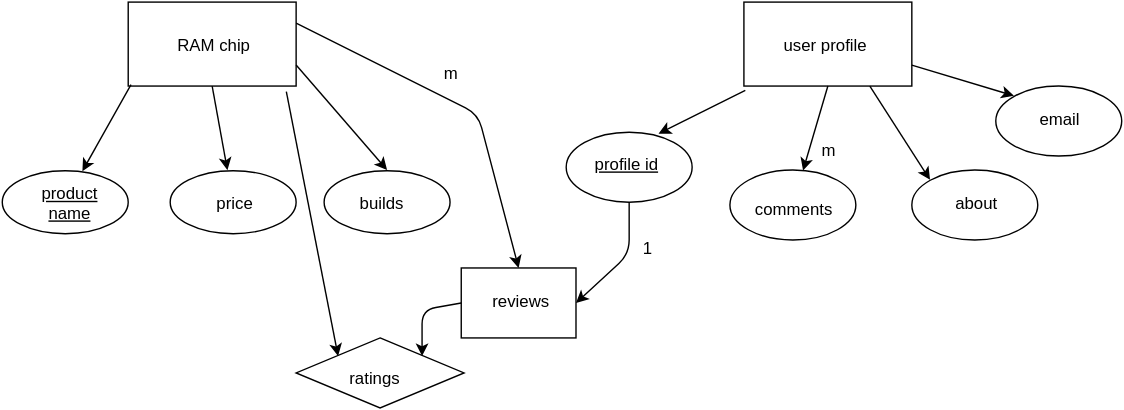
elainethomas/pcpartpickerdotcom keeps this draw.io diagram as pcpartpickerdotcom.svg. Above is the earlier version. Source tidied: cells renumbered, new cells last; positions are measured from the earlier drawing's top-left corner, leaving out a move shared by most shapes.
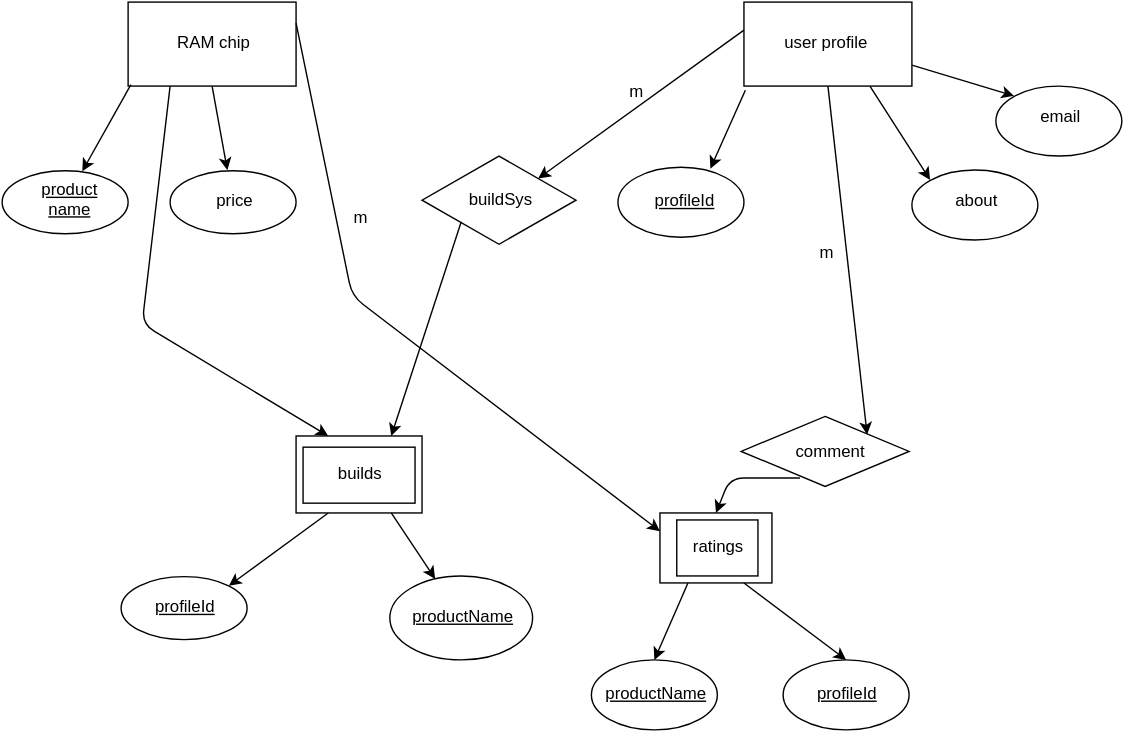
The same file after the commit.

Commit message:
update wording, added back photo, changed bg

Change to the diagram source:
```diff
@@ -14,11 +14,11 @@
     <mxCell id="5" style="ellipse;whiteSpace=wrap;html=1;" parent="1" vertex="1">
       <mxGeometry x="120" y="120" width="90" height="45" as="geometry" />
     </mxCell>
-    <mxCell id="6" style="ellipse;whiteSpace=wrap;html=1;" parent="1" vertex="1">
-      <mxGeometry x="230" y="120" width="90" height="45" as="geometry" />
+    <mxCell id="6" value="&lt;u&gt;profileId&lt;/u&gt;" style="ellipse;whiteSpace=wrap;html=1;" parent="1" vertex="1">
+      <mxGeometry x="85" y="410" width="90" height="45" as="geometry" />
     </mxCell>
     <mxCell id="7" style="ellipse;whiteSpace=wrap;html=1;" parent="1" vertex="1">
-      <mxGeometry x="403" y="93" width="90" height="50" as="geometry" />
+      <mxGeometry x="440" y="118" width="90" height="50" as="geometry" />
     </mxCell>
     <mxCell id="8" style="ellipse;whiteSpace=wrap;html=1;" parent="1" vertex="1">
       <mxGeometry x="650" y="120" width="90" height="50" as="geometry" />
@@ -26,11 +26,11 @@
     <mxCell id="9" style="ellipse;whiteSpace=wrap;html=1;" parent="1" vertex="1">
       <mxGeometry x="710" y="60" width="90" height="50" as="geometry" />
     </mxCell>
-    <mxCell id="10" style="ellipse;whiteSpace=wrap;html=1;" parent="1" vertex="1">
-      <mxGeometry x="520" y="120" width="90" height="50" as="geometry" />
+    <mxCell id="10" value="&lt;u&gt;productName&lt;/u&gt;" style="ellipse;whiteSpace=wrap;html=1;" parent="1" vertex="1">
+      <mxGeometry x="421" y="470" width="90" height="50" as="geometry" />
     </mxCell>
     <mxCell id="11" style="rhombus;whiteSpace=wrap;html=1;" parent="1" vertex="1">
-      <mxGeometry x="210" y="240" width="120" height="50" as="geometry" />
+      <mxGeometry x="528" y="296" width="120" height="50" as="geometry" />
     </mxCell>
     <mxCell id="12" style="endArrow=classic;html=1;exitX=0.017;exitY=0.983;exitPerimeter=0;" parent="1" edge="1" source="2" target="4">
       <mxGeometry relative="1" as="geometry" />
@@ -38,18 +38,12 @@
     <mxCell id="13" style="endArrow=classic;html=1;exitX=0.5;exitY=1;" parent="1" edge="1" source="2" target="5">
       <mxGeometry relative="1" as="geometry" />
     </mxCell>
-    <mxCell id="14" style="endArrow=classic;html=1;entryX=0;entryY=0;exitX=0.942;exitY=1.067;exitPerimeter=0;" parent="1" edge="1" source="2" target="11">
-      <mxGeometry relative="1" as="geometry" />
-    </mxCell>
-    <mxCell id="15" style="endArrow=classic;html=1;entryX=0.5;entryY=0;exitX=1;exitY=0.75;" parent="1" edge="1" source="2" target="6">
+    <mxCell id="15" style="endArrow=classic;html=1;exitX=0.25;exitY=1;entryX=1;entryY=0;" parent="1" edge="1" source="38" target="6">
       <mxGeometry relative="1" as="geometry" />
     </mxCell>
     <mxCell id="16" style="endArrow=classic;html=1;entryX=0.733;entryY=0.02;entryPerimeter=0;exitX=0.008;exitY=1.05;exitPerimeter=0;" parent="1" edge="1" source="3" target="7">
       <mxGeometry relative="1" as="geometry" />
     </mxCell>
-    <mxCell id="17" style="endArrow=classic;html=1;exitX=0.5;exitY=1;" parent="1" edge="1" source="3" target="10">
-      <mxGeometry relative="1" as="geometry" />
-    </mxCell>
     <mxCell id="18" style="endArrow=classic;html=1;exitX=0.75;exitY=1;entryX=0;entryY=0;" parent="1" edge="1" source="3" target="8">
       <mxGeometry relative="1" as="geometry" />
     </mxCell>
@@ -68,51 +62,25 @@
     <mxCell id="23" value="price" style="text;html=1;strokeColor=none;fillColor=none;align=center;verticalAlign=middle;whiteSpace=wrap;overflow=hidden;" parent="1" vertex="1">
       <mxGeometry x="130" y="125" width="70" height="35" as="geometry" />
     </mxCell>
-    <mxCell id="24" value="builds" style="text;html=1;strokeColor=none;fillColor=none;align=center;verticalAlign=middle;whiteSpace=wrap;overflow=hidden;fontStyle=0;" parent="1" vertex="1">
-      <mxGeometry x="240" y="125" width="60" height="35" as="geometry" />
-    </mxCell>
-    <mxCell id="25" style="whiteSpace=wrap;html=1;" parent="1" vertex="1">
-      <mxGeometry x="328" y="190" width="82" height="50" as="geometry" />
+    <mxCell id="25" value="ratings" style="whiteSpace=wrap;html=1;" parent="1" vertex="1">
+      <mxGeometry x="470" y="365" width="80" height="50" as="geometry" />
     </mxCell>
-    <mxCell id="26" value="reviews" style="text;html=1;strokeColor=none;fillColor=none;align=center;verticalAlign=middle;whiteSpace=wrap;overflow=hidden;" parent="1" vertex="1">
-      <mxGeometry x="340" y="195" width="60" height="35" as="geometry" />
-    </mxCell>
-    <mxCell id="27" style="endArrow=classic;html=1;entryX=0.5;entryY=0;exitX=1;exitY=0.25;" parent="1" edge="1" source="2" target="25">
+    <mxCell id="27" style="endArrow=classic;html=1;entryX=0;entryY=0.25;exitX=1;exitY=0.25;" parent="1" edge="1" source="2" target="25">
       <mxGeometry relative="1" as="geometry">
         <Array as="points">
-          <mxPoint x="340" y="80" />
+          <mxPoint x="250" y="210" />
         </Array>
       </mxGeometry>
     </mxCell>
-    <mxCell id="28" style="endArrow=classic;html=1;exitX=0.5;exitY=1;entryX=1;entryY=0.5;" parent="1" edge="1" source="7" target="25">
-      <mxGeometry relative="1" as="geometry">
-        <Array as="points">
-          <mxPoint x="448" y="180" />
-        </Array>
-      </mxGeometry>
-    </mxCell>
-    <mxCell id="29" value="ratings" style="text;html=1;strokeColor=none;fillColor=none;align=center;verticalAlign=middle;whiteSpace=wrap;overflow=hidden;" parent="1" vertex="1">
-      <mxGeometry x="240" y="255" width="50" height="25" as="geometry" />
+    <mxCell id="29" value="comment" style="text;html=1;strokeColor=none;fillColor=none;align=center;verticalAlign=middle;whiteSpace=wrap;overflow=hidden;" parent="1" vertex="1">
+      <mxGeometry x="558" y="309" width="65" height="25" as="geometry" />
     </mxCell>
-    <mxCell id="30" style="endArrow=classic;html=1;exitX=0;exitY=0.5;entryX=1;entryY=0;" parent="1" edge="1" source="25" target="11">
-      <mxGeometry relative="1" as="geometry">
-        <Array as="points">
-          <mxPoint x="300" y="220" />
-        </Array>
-      </mxGeometry>
-    </mxCell>
-    <mxCell id="31" value="profile id&lt;br&gt;" style="text;html=1;strokeColor=none;fillColor=none;align=center;verticalAlign=middle;whiteSpace=wrap;overflow=hidden;fontStyle=4;" parent="1" vertex="1">
-      <mxGeometry x="410" y="105" width="70" height="20" as="geometry" />
+    <mxCell id="31" value="profileId&lt;br&gt;" style="text;html=1;strokeColor=none;fillColor=none;align=center;verticalAlign=middle;whiteSpace=wrap;overflow=hidden;fontStyle=4;" parent="1" vertex="1">
+      <mxGeometry x="452" y="133" width="70" height="20" as="geometry" />
     </mxCell>
     <mxCell id="32" value="m" style="text;html=1;strokeColor=none;fillColor=none;align=center;verticalAlign=middle;whiteSpace=wrap;overflow=hidden;" parent="1" vertex="1">
-      <mxGeometry x="300" y="40" width="40" height="20" as="geometry" />
+      <mxGeometry x="432" y="55" width="40" height="20" as="geometry" />
     </mxCell>
-    <mxCell id="33" value="1" style="text;html=1;strokeColor=none;fillColor=none;align=center;verticalAlign=middle;whiteSpace=wrap;overflow=hidden;" parent="1" vertex="1">
-      <mxGeometry x="440" y="165" width="40" height="20" as="geometry" />
-    </mxCell>
-    <mxCell id="34" value="comments&lt;br&gt;" style="text;html=1;strokeColor=none;fillColor=none;align=center;verticalAlign=middle;whiteSpace=wrap;overflow=hidden;" parent="1" vertex="1">
-      <mxGeometry x="530" y="133" width="70" height="27" as="geometry" />
-    </mxCell>
     <mxCell id="35" value="about" style="text;html=1;strokeColor=none;fillColor=none;align=center;verticalAlign=middle;whiteSpace=wrap;overflow=hidden;" parent="1" vertex="1">
       <mxGeometry x="660" y="133" width="70" height="20" as="geometry" />
     </mxCell>
@@ -120,7 +88,63 @@
       <mxGeometry x="730" y="65" width="50" height="35" as="geometry" />
     </mxCell>
     <mxCell id="37" value="m" style="text;html=1;strokeColor=none;fillColor=none;align=center;verticalAlign=middle;whiteSpace=wrap;overflow=hidden;" parent="1" vertex="1">
-      <mxGeometry x="570" y="95" width="40" height="20" as="geometry" />
+      <mxGeometry x="568" y="170" width="40" height="20" as="geometry" />
     </mxCell>
+    <mxCell id="38" value="builds" style="whiteSpace=wrap;html=1;gradientColor=#ffffff;" parent="1" vertex="1">
+      <mxGeometry x="210" y="310" width="90" height="55" as="geometry" />
+    </mxCell>
+    <mxCell id="39" style="endArrow=classic;html=1;exitX=0.25;exitY=1;entryX=0.25;entryY=0;" parent="1" edge="1" source="2" target="38">
+      <mxGeometry relative="1" as="geometry">
+        <Array as="points">
+          <mxPoint x="100" y="230" />
+        </Array>
+      </mxGeometry>
+    </mxCell>
+    <mxCell id="40" style="endArrow=classic;html=1;exitX=0.75;exitY=1;" parent="1" edge="1" source="38" target="41">
+      <mxGeometry relative="1" as="geometry" />
+    </mxCell>
+    <mxCell id="41" value="&lt;u&gt;productName&lt;/u&gt;" style="ellipse;whiteSpace=wrap;html=1;" parent="1" vertex="1">
+      <mxGeometry x="277" y="410" width="102" height="60" as="geometry" />
+    </mxCell>
+    <mxCell id="42" style="endArrow=classic;html=1;exitX=0.5;exitY=1;entryX=1;entryY=0;" parent="1" edge="1" source="3" target="11">
+      <mxGeometry relative="1" as="geometry" />
+    </mxCell>
+    <mxCell id="43" style="endArrow=classic;html=1;entryX=0.5;entryY=0;" parent="1" edge="1" target="25">
+      <mxGeometry relative="1" as="geometry">
+        <mxPoint x="570" y="340" as="sourcePoint" />
+        <Array as="points">
+          <mxPoint x="520" y="340" />
+        </Array>
+      </mxGeometry>
+    </mxCell>
+    <mxCell id="44" value="buildSys" style="rhombus;whiteSpace=wrap;html=1;" parent="1" vertex="1">
+      <mxGeometry x="300" y="110" width="110" height="63" as="geometry" />
+    </mxCell>
+    <mxCell id="45" style="endArrow=classic;html=1;entryX=1;entryY=0;" parent="1" edge="1" target="44">
+      <mxGeometry relative="1" as="geometry">
+        <mxPoint x="530" y="20" as="sourcePoint" />
+      </mxGeometry>
+    </mxCell>
+    <mxCell id="46" style="endArrow=classic;html=1;exitX=0;exitY=1;entryX=0.75;entryY=0;" parent="1" edge="1" source="44" target="38">
+      <mxGeometry relative="1" as="geometry" />
+    </mxCell>
+    <mxCell id="47" value="builds" style="whiteSpace=wrap;html=1;strokeColor=#000000;gradientColor=#ffffff;" parent="1" vertex="1">
+      <mxGeometry x="215" y="318" width="80" height="40" as="geometry" />
+    </mxCell>
+    <mxCell id="48" value="ratings" style="whiteSpace=wrap;html=1;strokeColor=#000000;gradientColor=#ffffff;" parent="1" vertex="1">
+      <mxGeometry x="482" y="370" width="58" height="40" as="geometry" />
+    </mxCell>
+    <mxCell id="49" value="&lt;u&gt;profileId&lt;/u&gt;" style="ellipse;whiteSpace=wrap;html=1;" parent="1" vertex="1">
+      <mxGeometry x="558" y="470" width="90" height="50" as="geometry" />
+    </mxCell>
+    <mxCell id="50" style="endArrow=classic;html=1;entryX=0.5;entryY=0;exitX=0.25;exitY=1;" parent="1" edge="1" source="25" target="10">
+      <mxGeometry relative="1" as="geometry" />
+    </mxCell>
+    <mxCell id="51" style="endArrow=classic;html=1;exitX=0.75;exitY=1;entryX=0.5;entryY=0;" parent="1" edge="1" source="25" target="49">
+      <mxGeometry relative="1" as="geometry" />
+    </mxCell>
+    <mxCell id="52" value="m" style="text;html=1;strokeColor=none;fillColor=none;align=center;verticalAlign=middle;whiteSpace=wrap;overflow=hidden;" parent="1" vertex="1">
+      <mxGeometry x="235" y="145" width="40" height="20" as="geometry" />
+    </mxCell>
   </root>
 </mxGraphModel>
```
